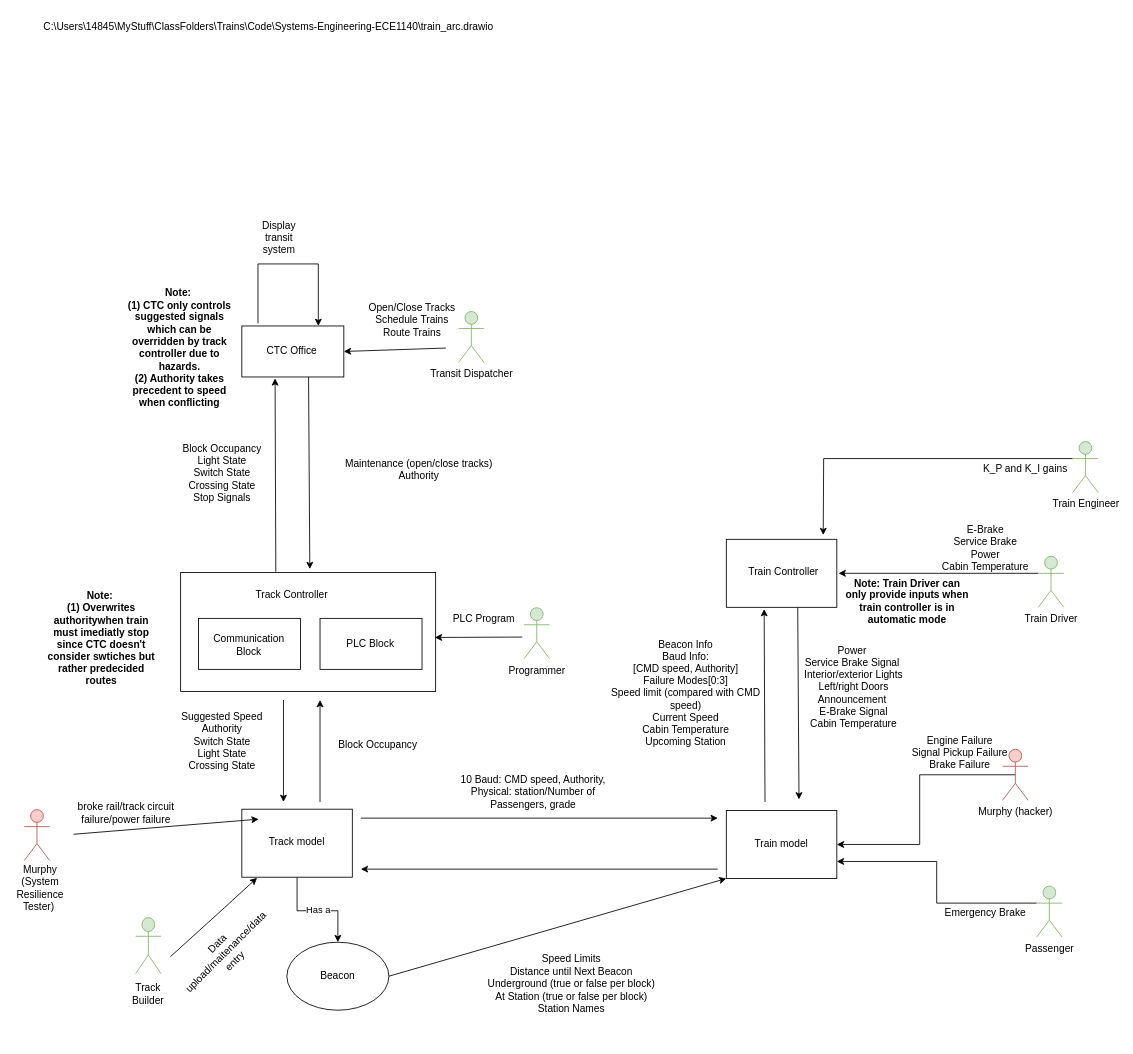
lao57/Systems-Engineering-ECE1140 keeps this draw.io diagram as Architecture_Group3.drawio. Above is the earlier version. Source tidied: cells renumbered, new cells numbered last; positions are measured from the earlier drawing's top-left corner, leaving out a move shared by most shapes. Both pictures are drawn from the tidied source at 85%, with x=0, y=0 at pixel (14, 14).
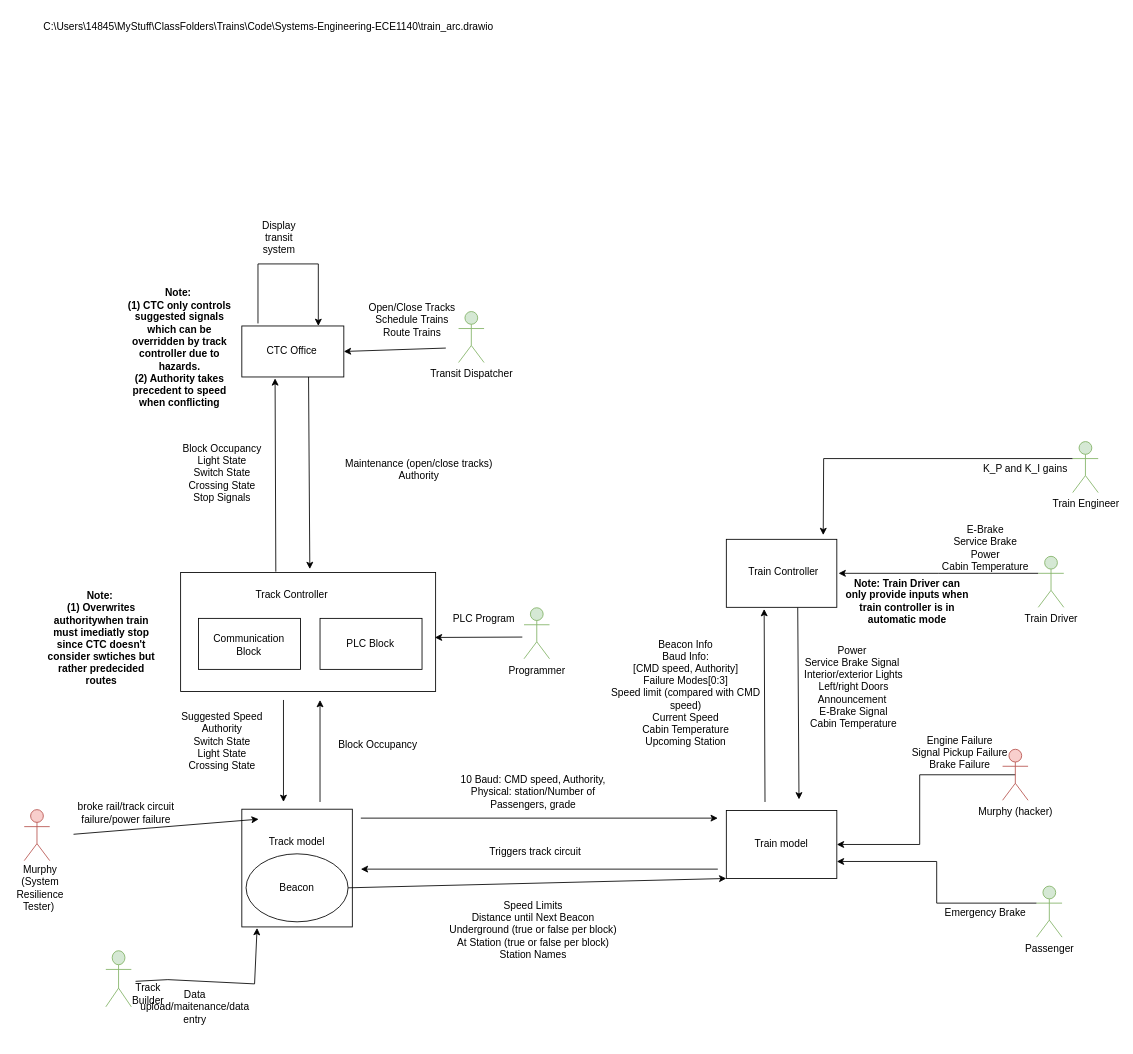
The same diagram, later.

The change refers to these unchanged cells:
```xml
<mxCell id="60" value="Track Builder" style="text;html=1;align=center;verticalAlign=middle;whiteSpace=wrap;rounded=0;" parent="1" vertex="1">
  <mxGeometry x="127" y="1137" width="60" height="30" as="geometry" />
</mxCell>
```

What changed in the source:
```diff
@@
     <mxCell id="21" style="rounded=0;whiteSpace=wrap;html=1;" parent="1" vertex="1">
-      <mxGeometry x="267" y="934.5" width="130" height="80" as="geometry" />
+      <mxGeometry x="267" y="934.5" width="130" height="138.5" as="geometry" />
     </mxCell>
@@
     <mxCell id="26" value="&lt;div&gt;&lt;span style=&quot;background-color: transparent; color: light-dark(rgb(0, 0, 0), rgb(255, 255, 255));&quot;&gt;Speed Limits&lt;/span&gt;&lt;/div&gt;&lt;div&gt;Distance until Next Beacon&lt;/div&gt;&lt;div&gt;Underground (true or false per block)&lt;/div&gt;&lt;div&gt;At Station (true or false per block)&lt;/div&gt;&lt;div&gt;Station Names&lt;/div&gt;&lt;div&gt;&lt;br&gt;&lt;/div&gt;" style="text;html=1;align=center;verticalAlign=middle;whiteSpace=wrap;rounded=0;" parent="1" vertex="1">
-      <mxGeometry x="552" y="1088.4" width="206" height="117" as="geometry" />
+      <mxGeometry x="507" y="1025" width="206" height="117" as="geometry" />
     </mxCell>
@@
     <mxCell id="38" value="Beacon" style="ellipse;whiteSpace=wrap;html=1;" parent="1" vertex="1">
-      <mxGeometry x="320" y="1091" width="120" height="80" as="geometry" />
+      <mxGeometry x="272" y="987" width="120" height="80" as="geometry" />
     </mxCell>
@@
     <mxCell id="59" value="Programmer" style="shape=umlActor;verticalLabelPosition=bottom;verticalAlign=top;html=1;fillColor=#d5e8d4;strokeColor=#82b366;fontColor=none;noLabel=1;" parent="1" vertex="1">
-      <mxGeometry x="142" y="1062" width="30" height="66" as="geometry" />
+      <mxGeometry x="107" y="1101" width="30" height="66" as="geometry" />
     </mxCell>
@@
-    <mxCell id="61" style="endArrow=classic;html=1;rounded=0;entryX=0.138;entryY=1.009;entryDx=0;entryDy=0;entryPerimeter=0;" parent="1" edge="1" target="21">
+    <mxCell id="61" style="endArrow=classic;html=1;rounded=0;entryX=0.138;entryY=1.009;entryDx=0;entryDy=0;entryPerimeter=0;exitX=0.25;exitY=0;exitDx=0;exitDy=0;" parent="1" edge="1" source="60" target="21">
       <mxGeometry relative="1" as="geometry">
-        <mxPoint x="183" y="1108" as="sourcePoint" />
         <Array as="points">
-          <mxPoint x="247" y="1050" />
+          <mxPoint x="180" y="1135" />
+          <mxPoint x="282" y="1140" />
         </Array>
       </mxGeometry>
     </mxCell>
@@
-    <mxCell id="63" value="Data upload/maitenance/data entry" style="text;html=1;align=center;verticalAlign=middle;whiteSpace=wrap;rounded=0;rotation=-45;" parent="1" vertex="1">
-      <mxGeometry x="199.6" y="1088.4" width="98" height="30" as="geometry" />
+    <mxCell id="63" value="Data upload/maitenance/data entry" style="text;html=1;align=center;verticalAlign=middle;whiteSpace=wrap;rounded=0;rotation=0;" parent="1" vertex="1">
+      <mxGeometry x="163" y="1152" width="98" height="30" as="geometry" />
     </mxCell>
@@
+    <mxCell id="68" value="Triggers track circuit" style="text;html=1;align=center;verticalAlign=middle;strokeColor=none;fillColor=none;" parent="1" vertex="1">
+      <mxGeometry x="549" y="972" width="126" height="26" as="geometry" />
+    </mxCell>
```
